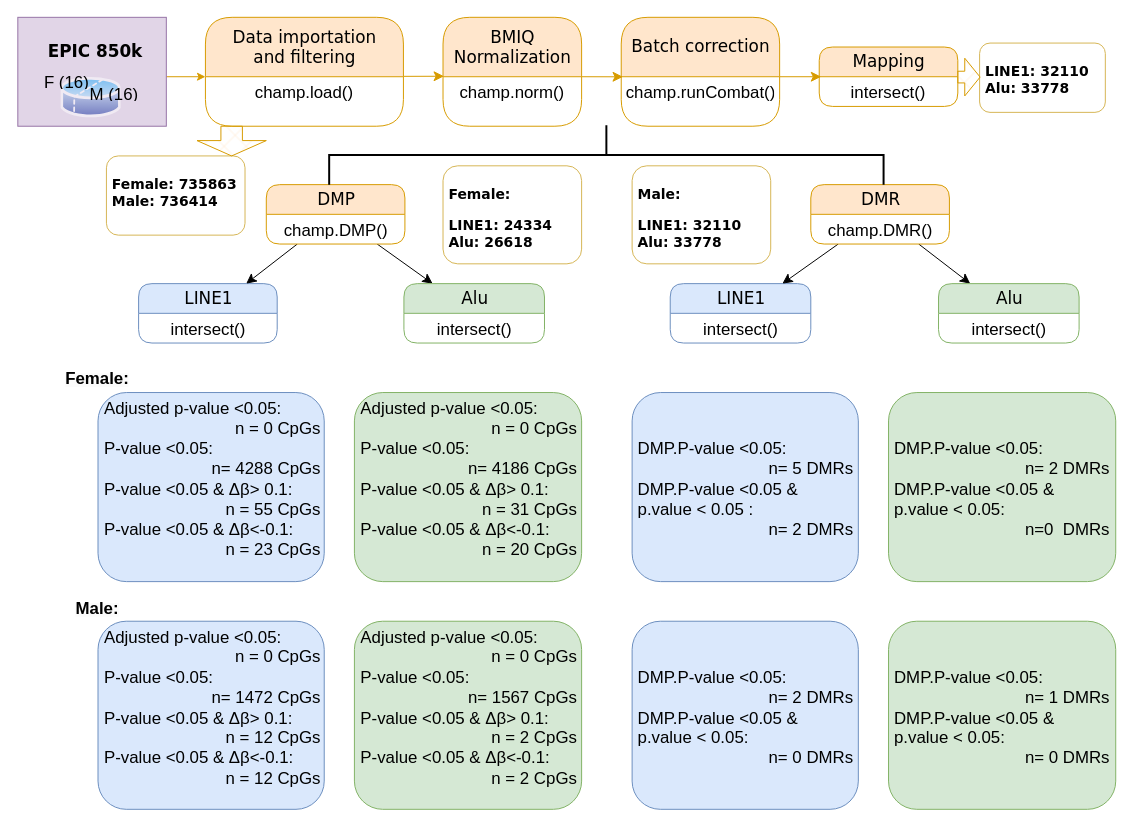
Above: LBP.drawio in mwLuan/image_storage (draw.io), before the change. Source tidied: cells renumbered, new cells numbered last; positions are measured from the earlier drawing's top-left corner, leaving out a move shared by most shapes. Both pictures are drawn from the tidied source at 99%, with x=0, y=0 at pixel (17, -123).
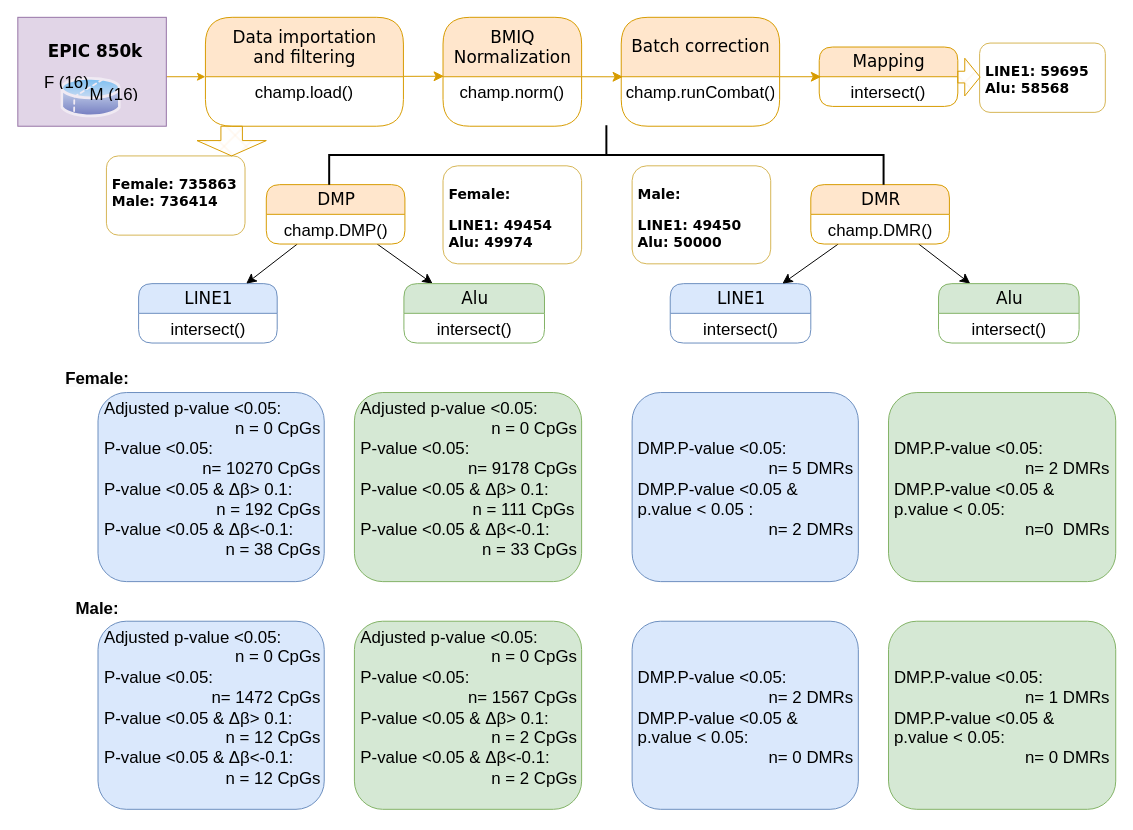
After the change.

Diff of the diagram source:
```diff
@@
-    <mxCell id="27" value="&lt;font style=&quot;font-size: 17px;&quot;&gt;Adjusted p-value &amp;lt;0.05: &lt;br&gt;&amp;nbsp; &amp;nbsp; &amp;nbsp; &amp;nbsp; &amp;nbsp; &amp;nbsp; &amp;nbsp; &amp;nbsp; &amp;nbsp; &amp;nbsp; &amp;nbsp; &amp;nbsp; &amp;nbsp; &amp;nbsp; n = 0 CpGs &lt;br&gt;P-value &amp;lt;0.05: &lt;br&gt;&amp;nbsp; &amp;nbsp; &amp;nbsp; &amp;nbsp; &amp;nbsp; &amp;nbsp; &amp;nbsp; &amp;nbsp; &amp;nbsp; &amp;nbsp; &amp;nbsp; &amp;nbsp;n= 4288 CpGs&lt;br&gt;P-value &amp;lt;0.05 &amp;amp; Δβ&amp;gt; 0.1:&lt;br&gt;&amp;nbsp; &amp;nbsp; &amp;nbsp; &amp;nbsp; &amp;nbsp; &amp;nbsp; &amp;nbsp; &amp;nbsp; &amp;nbsp; &amp;nbsp; &amp;nbsp; &amp;nbsp; &amp;nbsp; n = 55 CpGs&lt;br&gt;P-value &amp;lt;0.05 &amp;amp; Δβ&amp;lt;-0.1: &lt;br&gt;&amp;nbsp; &amp;nbsp; &amp;nbsp; &amp;nbsp; &amp;nbsp; &amp;nbsp; &amp;nbsp; &amp;nbsp; &amp;nbsp; &amp;nbsp; &amp;nbsp; &amp;nbsp; &amp;nbsp; n = 23 CpGs&lt;/font&gt;" style="text;html=1;spacingLeft=4;spacingRight=4;whiteSpace=wrap;overflow=hidden;align=left;rounded=1;fillColor=#dae8fc;strokeColor=#6c8ebf;" parent="1" vertex="1">
+    <mxCell id="27" value="&lt;font style=&quot;font-size: 17px;&quot;&gt;Adjusted p-value &amp;lt;0.05: &lt;br&gt;&amp;nbsp; &amp;nbsp; &amp;nbsp; &amp;nbsp; &amp;nbsp; &amp;nbsp; &amp;nbsp; &amp;nbsp; &amp;nbsp; &amp;nbsp; &amp;nbsp; &amp;nbsp; &amp;nbsp; &amp;nbsp; n = 0 CpGs &lt;br&gt;P-value &amp;lt;0.05: &lt;br&gt;&amp;nbsp; &amp;nbsp; &amp;nbsp; &amp;nbsp; &amp;nbsp; &amp;nbsp; &amp;nbsp; &amp;nbsp; &amp;nbsp; &amp;nbsp; &amp;nbsp;n= 10270 CpGs&lt;br&gt;P-value &amp;lt;0.05 &amp;amp; Δβ&amp;gt; 0.1:&lt;br&gt;&amp;nbsp; &amp;nbsp; &amp;nbsp; &amp;nbsp; &amp;nbsp; &amp;nbsp; &amp;nbsp; &amp;nbsp; &amp;nbsp; &amp;nbsp; &amp;nbsp; &amp;nbsp; n = 192 CpGs&lt;br&gt;P-value &amp;lt;0.05 &amp;amp; Δβ&amp;lt;-0.1: &lt;br&gt;&amp;nbsp; &amp;nbsp; &amp;nbsp; &amp;nbsp; &amp;nbsp; &amp;nbsp; &amp;nbsp; &amp;nbsp; &amp;nbsp; &amp;nbsp; &amp;nbsp; &amp;nbsp; &amp;nbsp; n = 38 CpGs&lt;/font&gt;" style="text;html=1;spacingLeft=4;spacingRight=4;whiteSpace=wrap;overflow=hidden;align=left;rounded=1;fillColor=#dae8fc;strokeColor=#6c8ebf;" parent="1" vertex="1">
       <mxGeometry x="81.5" y="520" width="228.5" height="191" as="geometry" />
     </mxCell>
@@
-    <mxCell id="30" value="&lt;font style=&quot;font-size: 17px;&quot;&gt;Adjusted p-value &amp;lt;0.05: &lt;br&gt;&amp;nbsp; &amp;nbsp; &amp;nbsp; &amp;nbsp; &amp;nbsp; &amp;nbsp; &amp;nbsp; &amp;nbsp; &amp;nbsp; &amp;nbsp; &amp;nbsp; &amp;nbsp; &amp;nbsp; &amp;nbsp; n = 0 CpGs &lt;br&gt;P-value &amp;lt;0.05: &lt;br&gt;&amp;nbsp; &amp;nbsp; &amp;nbsp; &amp;nbsp; &amp;nbsp; &amp;nbsp; &amp;nbsp; &amp;nbsp; &amp;nbsp; &amp;nbsp; &amp;nbsp; &amp;nbsp;n= 4186 CpGs&lt;br&gt;P-value &amp;lt;0.05 &amp;amp; Δβ&amp;gt; 0.1:&lt;br&gt;&amp;nbsp; &amp;nbsp; &amp;nbsp; &amp;nbsp; &amp;nbsp; &amp;nbsp; &amp;nbsp; &amp;nbsp; &amp;nbsp; &amp;nbsp; &amp;nbsp; &amp;nbsp; &amp;nbsp; n = 31 CpGs&lt;br&gt;P-value &amp;lt;0.05 &amp;amp; Δβ&amp;lt;-0.1: &lt;br&gt;&amp;nbsp; &amp;nbsp; &amp;nbsp; &amp;nbsp; &amp;nbsp; &amp;nbsp; &amp;nbsp; &amp;nbsp; &amp;nbsp; &amp;nbsp; &amp;nbsp; &amp;nbsp; &amp;nbsp; n = 20 CpGs&lt;/font&gt;" style="text;html=1;spacingLeft=4;spacingRight=4;whiteSpace=wrap;overflow=hidden;align=left;rounded=1;fillColor=#d5e8d4;strokeColor=#82b366;" parent="1" vertex="1">
+    <mxCell id="30" value="&lt;font style=&quot;font-size: 17px;&quot;&gt;Adjusted p-value &amp;lt;0.05: &lt;br&gt;&amp;nbsp; &amp;nbsp; &amp;nbsp; &amp;nbsp; &amp;nbsp; &amp;nbsp; &amp;nbsp; &amp;nbsp; &amp;nbsp; &amp;nbsp; &amp;nbsp; &amp;nbsp; &amp;nbsp; &amp;nbsp; n = 0 CpGs &lt;br&gt;P-value &amp;lt;0.05: &lt;br&gt;&amp;nbsp; &amp;nbsp; &amp;nbsp; &amp;nbsp; &amp;nbsp; &amp;nbsp; &amp;nbsp; &amp;nbsp; &amp;nbsp; &amp;nbsp; &amp;nbsp; &amp;nbsp;n= 9178 CpGs&lt;br&gt;P-value &amp;lt;0.05 &amp;amp; Δβ&amp;gt; 0.1:&lt;br&gt;&amp;nbsp; &amp;nbsp; &amp;nbsp; &amp;nbsp; &amp;nbsp; &amp;nbsp; &amp;nbsp; &amp;nbsp; &amp;nbsp; &amp;nbsp; &amp;nbsp; &amp;nbsp; n = 111 CpGs&lt;br&gt;P-value &amp;lt;0.05 &amp;amp; Δβ&amp;lt;-0.1: &lt;br&gt;&amp;nbsp; &amp;nbsp; &amp;nbsp; &amp;nbsp; &amp;nbsp; &amp;nbsp; &amp;nbsp; &amp;nbsp; &amp;nbsp; &amp;nbsp; &amp;nbsp; &amp;nbsp; &amp;nbsp; n = 33 CpGs&lt;/font&gt;" style="text;html=1;spacingLeft=4;spacingRight=4;whiteSpace=wrap;overflow=hidden;align=left;rounded=1;fillColor=#d5e8d4;strokeColor=#82b366;" parent="1" vertex="1">
       <mxGeometry x="340.5" y="520" width="229.5" height="191" as="geometry" />
     </mxCell>
@@
-    <mxCell id="33" value="&lt;h3&gt;&lt;font face=&quot;Verdana&quot;&gt;&lt;span style=&quot;background-color: initial;&quot;&gt;LINE1: 32110&lt;br&gt;&lt;/span&gt;&lt;/font&gt;&lt;font face=&quot;Verdana&quot;&gt;&lt;span style=&quot;background-color: initial;&quot;&gt;Alu: 33778&lt;/span&gt;&lt;/font&gt;&lt;/h3&gt;" style="text;html=1;spacingLeft=4;spacingRight=4;whiteSpace=wrap;overflow=hidden;align=left;rounded=1;fillColor=default;strokeColor=#d6b656;fillStyle=cross-hatch;" parent="1" vertex="1">
+    <mxCell id="33" value="&lt;h3&gt;&lt;font face=&quot;Verdana&quot;&gt;&lt;span style=&quot;background-color: initial;&quot;&gt;LINE1: 59695&lt;br&gt;&lt;/span&gt;&lt;/font&gt;&lt;font face=&quot;Verdana&quot;&gt;&lt;span style=&quot;background-color: initial;&quot;&gt;Alu: 58568&lt;/span&gt;&lt;/font&gt;&lt;/h3&gt;" style="text;html=1;spacingLeft=4;spacingRight=4;whiteSpace=wrap;overflow=hidden;align=left;rounded=1;fillColor=default;strokeColor=#d6b656;fillStyle=cross-hatch;" parent="1" vertex="1">
       <mxGeometry x="972" y="167" width="127" height="70" as="geometry" />
     </mxCell>
@@
-    <mxCell id="44" value="&lt;h3&gt;&lt;font face=&quot;Verdana&quot;&gt;&lt;span style=&quot;background-color: initial;&quot;&gt;Male:&lt;/span&gt;&lt;/font&gt;&lt;/h3&gt;&lt;h3&gt;&lt;font face=&quot;Verdana&quot;&gt;&lt;span style=&quot;background-color: initial;&quot;&gt;LINE1: 32110&lt;br&gt;&lt;/span&gt;&lt;/font&gt;&lt;font face=&quot;Verdana&quot;&gt;&lt;span style=&quot;background-color: initial;&quot;&gt;Alu: 33778&lt;/span&gt;&lt;/font&gt;&lt;/h3&gt;" style="text;html=1;spacingLeft=4;spacingRight=4;whiteSpace=wrap;overflow=hidden;align=left;rounded=1;fillColor=default;strokeColor=#d6b656;fillStyle=cross-hatch;" parent="1" vertex="1">
+    <mxCell id="44" value="&lt;h3&gt;&lt;font face=&quot;Verdana&quot;&gt;&lt;span style=&quot;background-color: initial;&quot;&gt;Male:&lt;/span&gt;&lt;/font&gt;&lt;/h3&gt;&lt;h3&gt;&lt;font face=&quot;Verdana&quot;&gt;&lt;span style=&quot;background-color: initial;&quot;&gt;LINE1: 49450&lt;br&gt;&lt;/span&gt;&lt;/font&gt;&lt;font face=&quot;Verdana&quot;&gt;&lt;span style=&quot;background-color: initial;&quot;&gt;Alu: 50000&lt;/span&gt;&lt;/font&gt;&lt;/h3&gt;" style="text;html=1;spacingLeft=4;spacingRight=4;whiteSpace=wrap;overflow=hidden;align=left;rounded=1;fillColor=default;strokeColor=#d6b656;fillStyle=cross-hatch;" parent="1" vertex="1">
       <mxGeometry x="621" y="291" width="140" height="99" as="geometry" />
     </mxCell>
-    <mxCell id="45" value="&lt;h3&gt;&lt;font face=&quot;Verdana&quot;&gt;&lt;span style=&quot;background-color: initial;&quot;&gt;Female:&lt;/span&gt;&lt;/font&gt;&lt;/h3&gt;&lt;h3&gt;&lt;font face=&quot;Verdana&quot;&gt;&lt;span style=&quot;background-color: initial;&quot;&gt;LINE1: 24334&lt;br&gt;&lt;/span&gt;&lt;/font&gt;&lt;font face=&quot;Verdana&quot;&gt;&lt;span style=&quot;background-color: initial;&quot;&gt;Alu: 26618&lt;/span&gt;&lt;/font&gt;&lt;/h3&gt;" style="text;html=1;spacingLeft=4;spacingRight=4;whiteSpace=wrap;overflow=hidden;align=left;rounded=1;fillColor=default;strokeColor=#d6b656;fillStyle=cross-hatch;" parent="1" vertex="1">
+    <mxCell id="45" value="&lt;h3&gt;&lt;font face=&quot;Verdana&quot;&gt;&lt;span style=&quot;background-color: initial;&quot;&gt;Female:&lt;/span&gt;&lt;/font&gt;&lt;/h3&gt;&lt;h3&gt;&lt;font face=&quot;Verdana&quot;&gt;&lt;span style=&quot;background-color: initial;&quot;&gt;LINE1: 49454&lt;br&gt;&lt;/span&gt;&lt;/font&gt;&lt;font face=&quot;Verdana&quot;&gt;&lt;span style=&quot;background-color: initial;&quot;&gt;Alu: 49974&lt;/span&gt;&lt;/font&gt;&lt;/h3&gt;" style="text;html=1;spacingLeft=4;spacingRight=4;whiteSpace=wrap;overflow=hidden;align=left;rounded=1;fillColor=default;strokeColor=#d6b656;fillStyle=cross-hatch;" parent="1" vertex="1">
       <mxGeometry x="430" y="291" width="140" height="99" as="geometry" />
     </mxCell>
```
